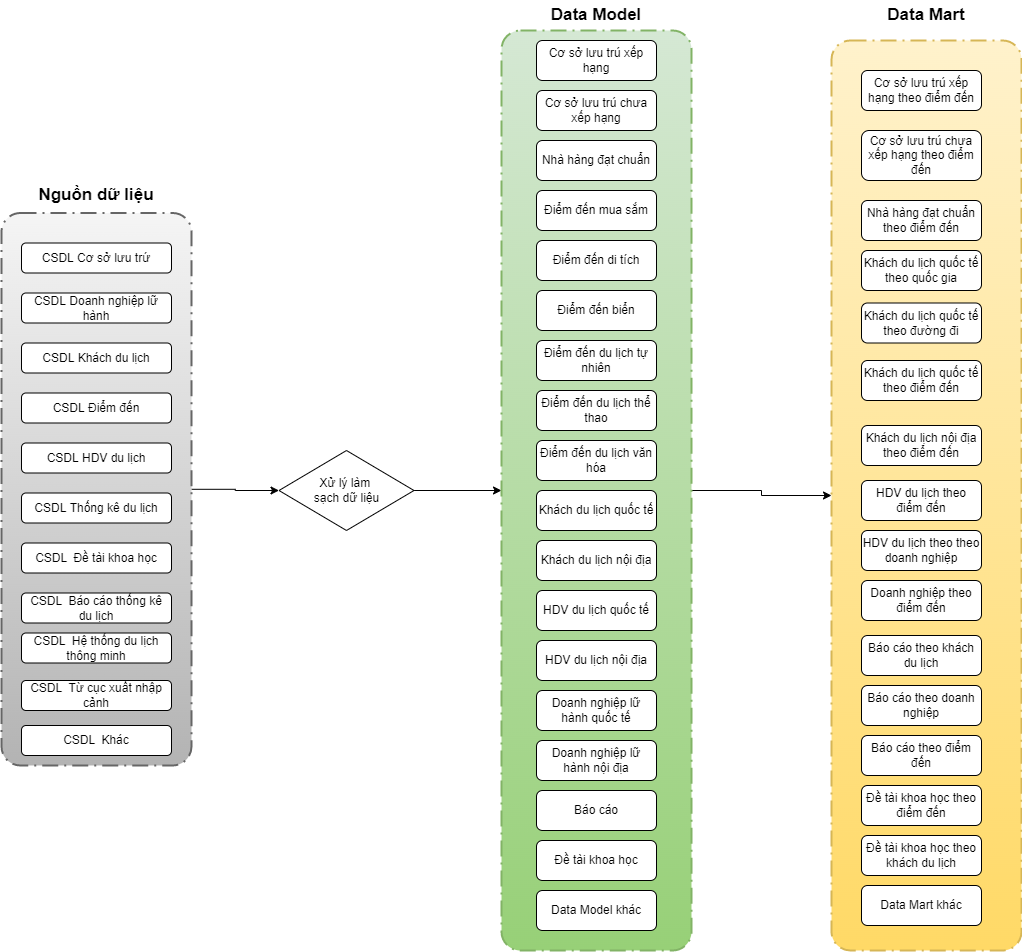
This is tcdl-Page-4.drawio.png from letheanh12345/Draw-io, a draw.io export, as it was before one commit. Source tidied: cells renumbered, new cells last; positions are measured from the earlier drawing's top-left corner, leaving out a move shared by most shapes.
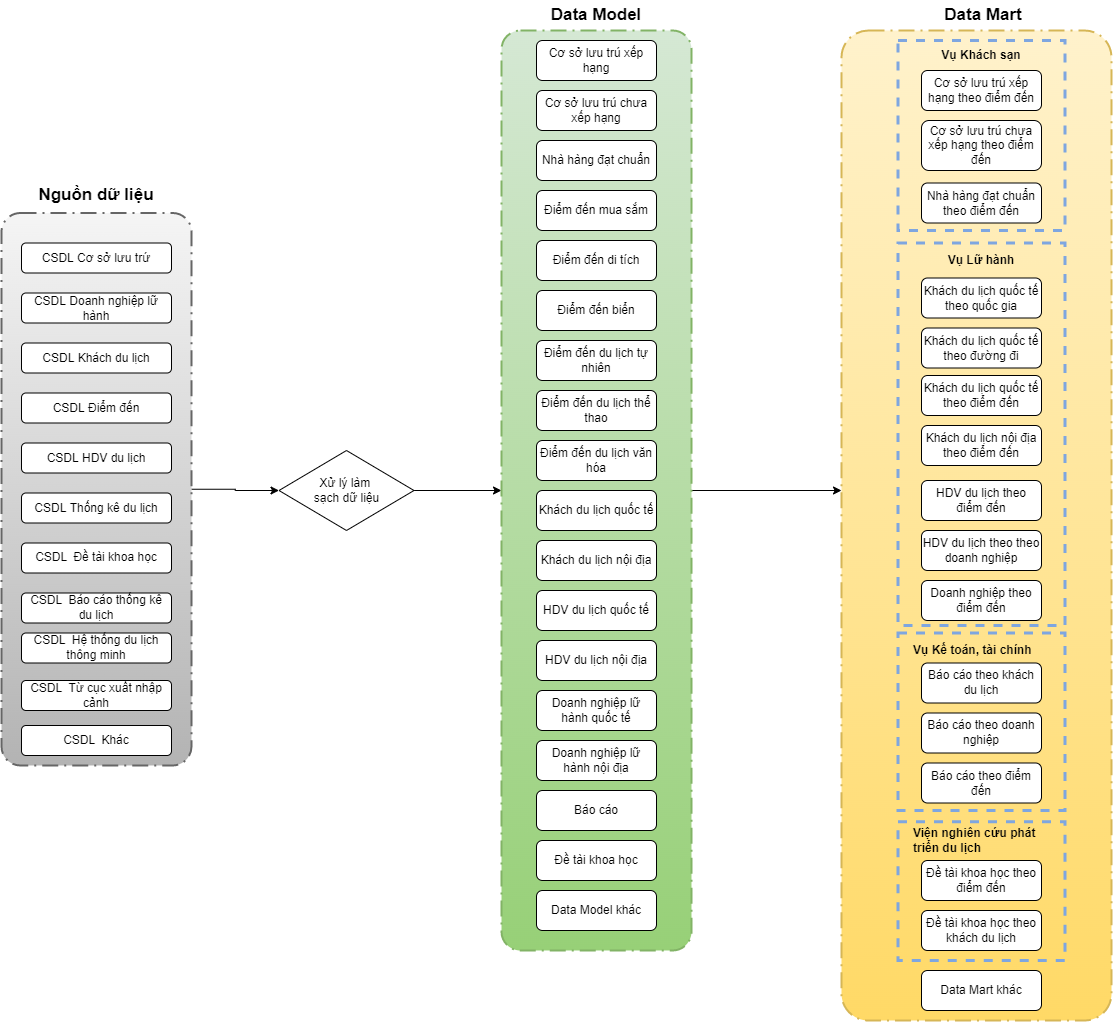
Later version of the same file.

Change to the diagram source:
```diff
@@ -38,9 +38,11 @@
     <mxCell id="13" value="Xử lý làm &lt;br&gt;sạch dữ liệu" style="rhombus;whiteSpace=wrap;html=1;" parent="1" vertex="1">
       <mxGeometry x="277.5" y="450" width="135" height="80" as="geometry" />
     </mxCell>
-    <mxCell id="14" style="edgeStyle=orthogonalEdgeStyle;rounded=0;jettySize=auto;html=1;entryX=0;entryY=0.5;entryDx=0;entryDy=0;entryPerimeter=0;" parent="1" edge="1" source="15" target="36">
-      <mxGeometry relative="1" as="geometry" />
-    </mxCell>
+    <mxCell id="58" style="edgeStyle=orthogonalEdgeStyle;rounded=0;jettySize=auto;html=1;" parent="1" edge="1" source="15">
+      <mxGeometry relative="1" as="geometry">
+        <mxPoint x="840" y="490" as="targetPoint" />
+      </mxGeometry>
+    </mxCell>
     <mxCell id="15" style="points=[[0.25,0,0],[0.5,0,0],[0.75,0,0],[1,0.25,0],[1,0.5,0],[1,0.75,0],[0.75,1,0],[0.5,1,0],[0.25,1,0],[0,0.75,0],[0,0.5,0],[0,0.25,0]];rounded=1;arcSize=10;dashed=1;strokeColor=#82b366;fillColor=#d5e8d4;gradientColor=#97d077;dashPattern=8 3 1 3;strokeWidth=2;fontStyle=1;fontSize=20;" parent="1" vertex="1">
       <mxGeometry x="500" y="30" width="190" height="920" as="geometry" />
     </mxCell>
@@ -105,55 +107,55 @@
       <mxGeometry x="510" width="170" height="30" as="geometry" />
     </mxCell>
     <mxCell id="36" style="points=[[0.25,0,0],[0.5,0,0],[0.75,0,0],[1,0.25,0],[1,0.5,0],[1,0.75,0],[0.75,1,0],[0.5,1,0],[0.25,1,0],[0,0.75,0],[0,0.5,0],[0,0.25,0]];rounded=1;arcSize=10;dashed=1;strokeColor=#d6b656;fillColor=#fff2cc;gradientColor=#ffd966;dashPattern=8 3 1 3;strokeWidth=2;fontStyle=1;fontSize=20;" parent="1" vertex="1">
-      <mxGeometry x="830" y="40" width="190" height="910" as="geometry" />
+      <mxGeometry x="840" y="30" width="270" height="990" as="geometry" />
     </mxCell>
     <mxCell id="37" value="Cơ sở lưu trú xếp hạng theo điểm đến" style="rounded=1;whiteSpace=wrap;html=1;" parent="1" vertex="1">
-      <mxGeometry x="860" y="70" width="120" height="40" as="geometry" />
+      <mxGeometry x="920" y="70" width="120" height="40" as="geometry" />
     </mxCell>
     <mxCell id="38" value="Cơ sở lưu trú chưa xếp hạng theo điểm đến" style="rounded=1;whiteSpace=wrap;html=1;" parent="1" vertex="1">
-      <mxGeometry x="860" y="130" width="120" height="50" as="geometry" />
+      <mxGeometry x="920" y="120" width="120" height="50" as="geometry" />
     </mxCell>
     <mxCell id="39" value="Nhà hàng đạt chuẩn theo điểm đến" style="rounded=1;whiteSpace=wrap;html=1;" parent="1" vertex="1">
-      <mxGeometry x="860" y="200" width="120" height="40" as="geometry" />
+      <mxGeometry x="920" y="182.5" width="120" height="40" as="geometry" />
     </mxCell>
     <mxCell id="40" value="Khách du lịch quốc tế theo điểm đến" style="rounded=1;whiteSpace=wrap;html=1;" parent="1" vertex="1">
-      <mxGeometry x="860" y="360" width="120" height="40" as="geometry" />
+      <mxGeometry x="920" y="375" width="120" height="40" as="geometry" />
     </mxCell>
     <mxCell id="41" value="Khách du lịch nội địa theo điểm đến" style="rounded=1;whiteSpace=wrap;html=1;" parent="1" vertex="1">
-      <mxGeometry x="860" y="425" width="120" height="40" as="geometry" />
+      <mxGeometry x="920" y="425" width="120" height="40" as="geometry" />
     </mxCell>
     <mxCell id="42" style="edgeStyle=orthogonalEdgeStyle;rounded=0;orthogonalLoop=1;jettySize=auto;html=1;exitX=0.5;exitY=1;exitDx=0;exitDy=0;" parent="1" edge="1" source="41" target="41">
       <mxGeometry relative="1" as="geometry" />
     </mxCell>
     <mxCell id="43" value="HDV du lịch theo điểm đến" style="rounded=1;whiteSpace=wrap;html=1;" parent="1" vertex="1">
-      <mxGeometry x="860" y="480" width="120" height="40" as="geometry" />
+      <mxGeometry x="920" y="480" width="120" height="40" as="geometry" />
     </mxCell>
     <mxCell id="44" value="HDV du lịch theo theo doanh nghiệp" style="rounded=1;whiteSpace=wrap;html=1;" parent="1" vertex="1">
-      <mxGeometry x="860" y="530" width="120" height="40" as="geometry" />
+      <mxGeometry x="920" y="530" width="120" height="40" as="geometry" />
     </mxCell>
     <mxCell id="45" value="Doanh nghiệp theo điểm đến" style="rounded=1;whiteSpace=wrap;html=1;" parent="1" vertex="1">
-      <mxGeometry x="860" y="580" width="120" height="40" as="geometry" />
+      <mxGeometry x="920" y="580" width="120" height="40" as="geometry" />
     </mxCell>
     <mxCell id="46" value="Báo cáo theo khách du lịch" style="rounded=1;whiteSpace=wrap;html=1;" parent="1" vertex="1">
-      <mxGeometry x="860" y="635" width="120" height="40" as="geometry" />
+      <mxGeometry x="920" y="662.5" width="120" height="40" as="geometry" />
     </mxCell>
     <mxCell id="47" value="Báo cáo theo doanh nghiệp" style="rounded=1;whiteSpace=wrap;html=1;" parent="1" vertex="1">
-      <mxGeometry x="860" y="685" width="120" height="40" as="geometry" />
+      <mxGeometry x="920" y="712.5" width="120" height="40" as="geometry" />
     </mxCell>
     <mxCell id="48" value="Báo cáo theo điểm đến" style="rounded=1;whiteSpace=wrap;html=1;" parent="1" vertex="1">
-      <mxGeometry x="860" y="735" width="120" height="40" as="geometry" />
+      <mxGeometry x="920" y="762.5" width="120" height="40" as="geometry" />
     </mxCell>
     <mxCell id="49" value="Đề tài khoa học theo điểm đến" style="rounded=1;whiteSpace=wrap;html=1;" parent="1" vertex="1">
-      <mxGeometry x="860" y="785" width="120" height="40" as="geometry" />
+      <mxGeometry x="920" y="860" width="120" height="40" as="geometry" />
     </mxCell>
     <mxCell id="50" value="Đề tài khoa học theo khách du lịch" style="rounded=1;whiteSpace=wrap;html=1;" parent="1" vertex="1">
-      <mxGeometry x="860" y="835" width="120" height="40" as="geometry" />
+      <mxGeometry x="920" y="910" width="120" height="40" as="geometry" />
     </mxCell>
     <mxCell id="51" value="Data Mart khác" style="rounded=1;whiteSpace=wrap;html=1;" parent="1" vertex="1">
-      <mxGeometry x="860" y="885" width="120" height="40" as="geometry" />
+      <mxGeometry x="920" y="970" width="120" height="40" as="geometry" />
     </mxCell>
     <mxCell id="52" value="&lt;b&gt;&lt;font style=&quot;font-size: 17px;&quot;&gt;Data Mart&lt;/font&gt;&lt;/b&gt;" style="text;html=1;strokeColor=none;fillColor=none;align=center;verticalAlign=middle;whiteSpace=wrap;rounded=0;" parent="1" vertex="1">
-      <mxGeometry x="840" width="170" height="30" as="geometry" />
+      <mxGeometry x="896.5" width="170" height="30" as="geometry" />
     </mxCell>
     <mxCell id="53" value="CSDL&amp;nbsp; Từ cục xuất nhập cảnh" style="rounded=1;whiteSpace=wrap;html=1;" parent="1" vertex="1">
       <mxGeometry x="20" y="680" width="150" height="30" as="geometry" />
@@ -165,10 +167,34 @@
       <mxGeometry x="20" y="725" width="150" height="30" as="geometry" />
     </mxCell>
     <mxCell id="56" value="Khách du lịch quốc tế theo quốc gia" style="rounded=1;whiteSpace=wrap;html=1;" parent="1" vertex="1">
-      <mxGeometry x="860" y="250" width="120" height="40" as="geometry" />
+      <mxGeometry x="920" y="277.5" width="120" height="40" as="geometry" />
     </mxCell>
     <mxCell id="57" value="Khách du lịch quốc tế theo đường đi" style="rounded=1;whiteSpace=wrap;html=1;" parent="1" vertex="1">
-      <mxGeometry x="860" y="302.5" width="120" height="40" as="geometry" />
+      <mxGeometry x="920" y="327.5" width="120" height="40" as="geometry" />
     </mxCell>
+    <mxCell id="59" style="rounded=0;whiteSpace=wrap;html=1;fontSize=20;fontColor=#9AC7BF;fillColor=none;strokeColor=#7EA6E0;strokeWidth=3;dashed=1;perimeterSpacing=3;" parent="1" vertex="1">
+      <mxGeometry x="896.5" y="40" width="167" height="190" as="geometry" />
+    </mxCell>
+    <mxCell id="60" value="&lt;b&gt;Vụ Khách sạn&lt;/b&gt;" style="text;html=1;strokeColor=none;fillColor=none;align=center;verticalAlign=middle;whiteSpace=wrap;rounded=0;" parent="1" vertex="1">
+      <mxGeometry x="920" y="40" width="120" height="30" as="geometry" />
+    </mxCell>
+    <mxCell id="61" style="rounded=0;whiteSpace=wrap;html=1;fontSize=20;fontColor=#9AC7BF;fillColor=none;strokeColor=#7EA6E0;strokeWidth=3;dashed=1;perimeterSpacing=3;" parent="1" vertex="1">
+      <mxGeometry x="896.5" y="242.5" width="167" height="382.5" as="geometry" />
+    </mxCell>
+    <mxCell id="62" value="&lt;b&gt;Vụ Lữ hành&lt;/b&gt;" style="text;html=1;strokeColor=none;fillColor=none;align=center;verticalAlign=middle;whiteSpace=wrap;rounded=0;" parent="1" vertex="1">
+      <mxGeometry x="920" y="245" width="120" height="30" as="geometry" />
+    </mxCell>
+    <mxCell id="63" style="rounded=0;whiteSpace=wrap;html=1;fontSize=20;fontColor=#9AC7BF;fillColor=none;strokeColor=#7EA6E0;strokeWidth=3;dashed=1;perimeterSpacing=3;" parent="1" vertex="1">
+      <mxGeometry x="896.5" y="632.5" width="167" height="177.5" as="geometry" />
+    </mxCell>
+    <mxCell id="64" value="&lt;p&gt;&lt;b&gt;Vụ Kế toán, tài chính&lt;/b&gt;&lt;/p&gt;" style="text;html=1;strokeColor=none;fillColor=none;align=left;verticalAlign=middle;whiteSpace=wrap;rounded=0;" parent="1" vertex="1">
+      <mxGeometry x="910" y="640" width="140" height="20" as="geometry" />
+    </mxCell>
+    <mxCell id="65" style="rounded=0;whiteSpace=wrap;html=1;fontSize=20;fontColor=#9AC7BF;fillColor=none;strokeColor=#7EA6E0;strokeWidth=3;dashed=1;perimeterSpacing=3;" parent="1" vertex="1">
+      <mxGeometry x="896.5" y="821.2" width="167" height="138.8" as="geometry" />
+    </mxCell>
+    <mxCell id="66" value="&lt;p&gt;&lt;b&gt;Viện nghiên cứu phát triển du lịch&lt;/b&gt;&lt;/p&gt;" style="text;html=1;strokeColor=none;fillColor=none;align=left;verticalAlign=middle;whiteSpace=wrap;rounded=0;" parent="1" vertex="1">
+      <mxGeometry x="910" y="830" width="140" height="20" as="geometry" />
+    </mxCell>
   </root>
 </mxGraphModel>
```
